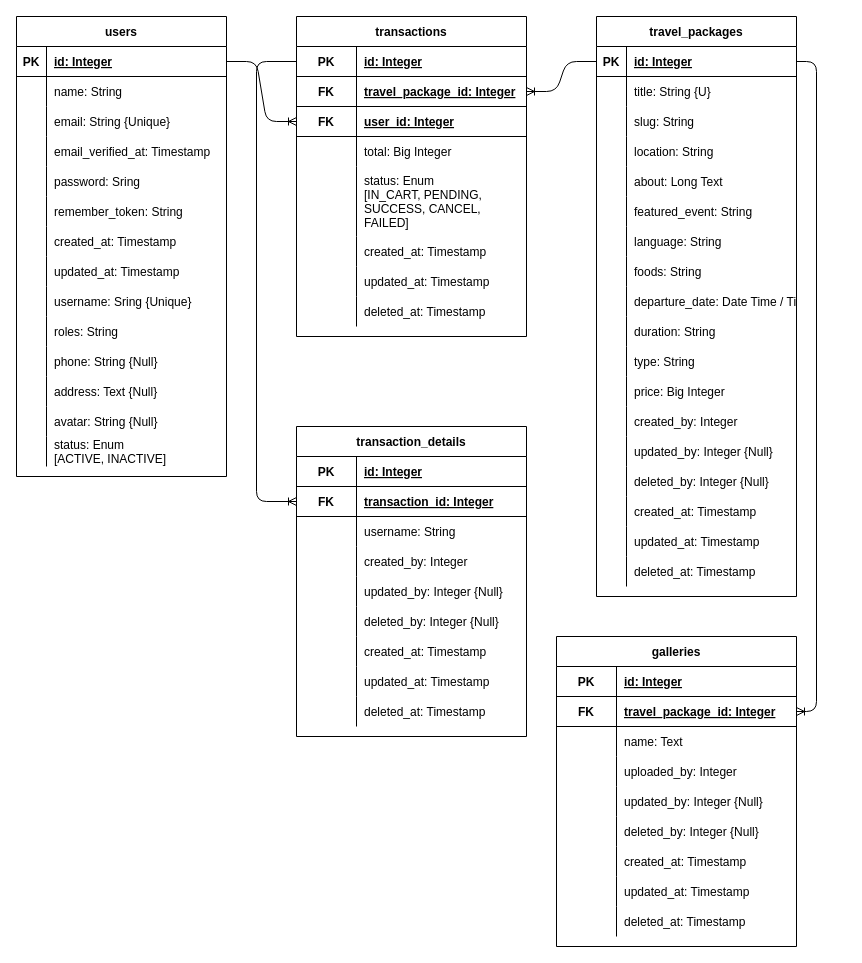
Before: erd.drawio in luckyman1004/Travel_Laravel, a draw.io diagram. Source tidied: cells renumbered, new cells numbered last; positions are measured from the earlier drawing's top-left corner, leaving out a move shared by most shapes. Both pictures are drawn from the tidied source at 100%, with x=0, y=0 at pixel (16, 16).
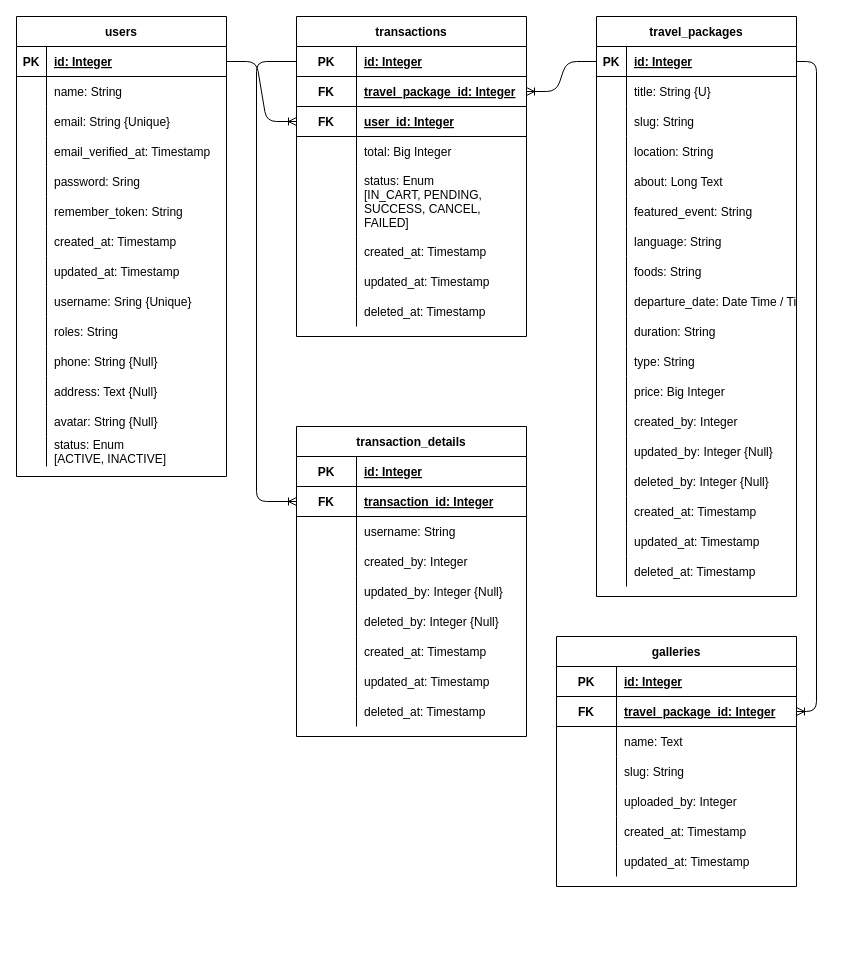
Above is the later version.

The edit, as a diff of the source:
```diff
@@
     <mxCell id="100" value="galleries" style="shape=table;startSize=30;childLayout=tableLayout;rowLines=0;fontStyle=1;align=center;fillColor=none;" parent="1" vertex="1">
-      <mxGeometry x="540" y="620" width="240" height="310" as="geometry" />
+      <mxGeometry x="540" y="620" width="240" height="250" as="geometry" />
     </mxCell>
@@
+    <mxCell id="185" style="shape=partialRectangle;fillColor=none;top=0;left=0;bottom=0;right=0;" parent="100" vertex="1">
+      <mxGeometry y="120" width="240" height="30" as="geometry" />
+    </mxCell>
+    <mxCell id="186" style="shape=partialRectangle;fillColor=none;top=0;left=0;bottom=0;right=0;overflow=hidden;" parent="185" vertex="1">
+      <mxGeometry width="60" height="30" as="geometry" />
+    </mxCell>
+    <mxCell id="187" value="slug: String" style="shape=partialRectangle;fillColor=none;top=0;left=0;bottom=0;right=0;align=left;spacingLeft=6;overflow=hidden;" parent="185" vertex="1">
+      <mxGeometry x="60" width="180" height="30" as="geometry" />
+    </mxCell>
     <mxCell id="110" style="shape=partialRectangle;fillColor=none;top=0;left=0;bottom=0;right=0;" parent="100" vertex="1">
-      <mxGeometry y="120" width="240" height="30" as="geometry" />
+      <mxGeometry y="150" width="240" height="30" as="geometry" />
     </mxCell>
@@
-    <mxCell id="113" style="shape=partialRectangle;fillColor=none;top=0;left=0;bottom=0;right=0;" parent="100" vertex="1">
-      <mxGeometry y="150" width="240" height="30" as="geometry" />
-    </mxCell>
-    <mxCell id="114" style="shape=partialRectangle;fillColor=none;top=0;left=0;bottom=0;right=0;overflow=hidden;" parent="113" vertex="1">
-      <mxGeometry width="60" height="30" as="geometry" />
-    </mxCell>
-    <mxCell id="115" value="updated_by: Integer {Null}" style="shape=partialRectangle;fillColor=none;top=0;left=0;bottom=0;right=0;align=left;spacingLeft=6;overflow=hidden;" parent="113" vertex="1">
-      <mxGeometry x="60" width="180" height="30" as="geometry" />
-    </mxCell>
-    <mxCell id="116" style="shape=partialRectangle;fillColor=none;top=0;left=0;bottom=0;right=0;" parent="100" vertex="1">
-      <mxGeometry y="180" width="240" height="30" as="geometry" />
-    </mxCell>
-    <mxCell id="117" style="shape=partialRectangle;fillColor=none;top=0;left=0;bottom=0;right=0;overflow=hidden;" parent="116" vertex="1">
-      <mxGeometry width="60" height="30" as="geometry" />
-    </mxCell>
-    <mxCell id="118" value="deleted_by: Integer {Null}" style="shape=partialRectangle;fillColor=none;top=0;left=0;bottom=0;right=0;align=left;spacingLeft=6;overflow=hidden;" parent="116" vertex="1">
-      <mxGeometry x="60" width="180" height="30" as="geometry" />
-    </mxCell>
     <mxCell id="119" style="shape=partialRectangle;fillColor=none;top=0;left=0;bottom=0;right=0;" parent="100" vertex="1">
-      <mxGeometry y="210" width="240" height="30" as="geometry" />
+      <mxGeometry y="180" width="240" height="30" as="geometry" />
     </mxCell>
@@
     <mxCell id="122" style="shape=partialRectangle;fillColor=none;top=0;left=0;bottom=0;right=0;" parent="100" vertex="1">
-      <mxGeometry y="240" width="240" height="30" as="geometry" />
+      <mxGeometry y="210" width="240" height="30" as="geometry" />
     </mxCell>
@@
-    <mxCell id="125" style="shape=partialRectangle;fillColor=none;top=0;left=0;bottom=0;right=0;" parent="100" vertex="1">
-      <mxGeometry y="270" width="240" height="30" as="geometry" />
-    </mxCell>
-    <mxCell id="126" style="shape=partialRectangle;fillColor=none;top=0;left=0;bottom=0;right=0;overflow=hidden;" parent="125" vertex="1">
-      <mxGeometry width="60" height="30" as="geometry" />
-    </mxCell>
-    <mxCell id="127" value="deleted_at: Timestamp" style="shape=partialRectangle;fillColor=none;top=0;left=0;bottom=0;right=0;align=left;spacingLeft=6;overflow=hidden;" parent="125" vertex="1">
-      <mxGeometry x="60" width="180" height="30" as="geometry" />
-    </mxCell>
```
